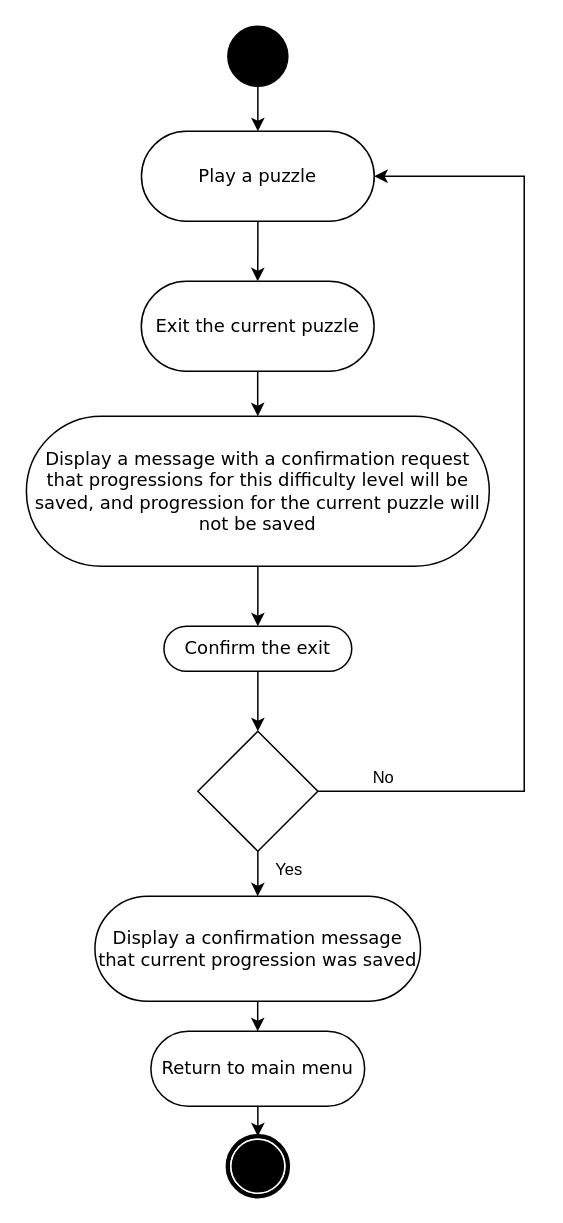
maxinimize/uml keeps this draw.io diagram as exit current puzzle.drawio. Above is the earlier version. Source tidied: cells renumbered, new cells numbered last; positions are measured from the earlier drawing's top-left corner, leaving out a move shared by most shapes. Both pictures are drawn from the tidied source at 150%, with x=0, y=0 at pixel (26, 26).
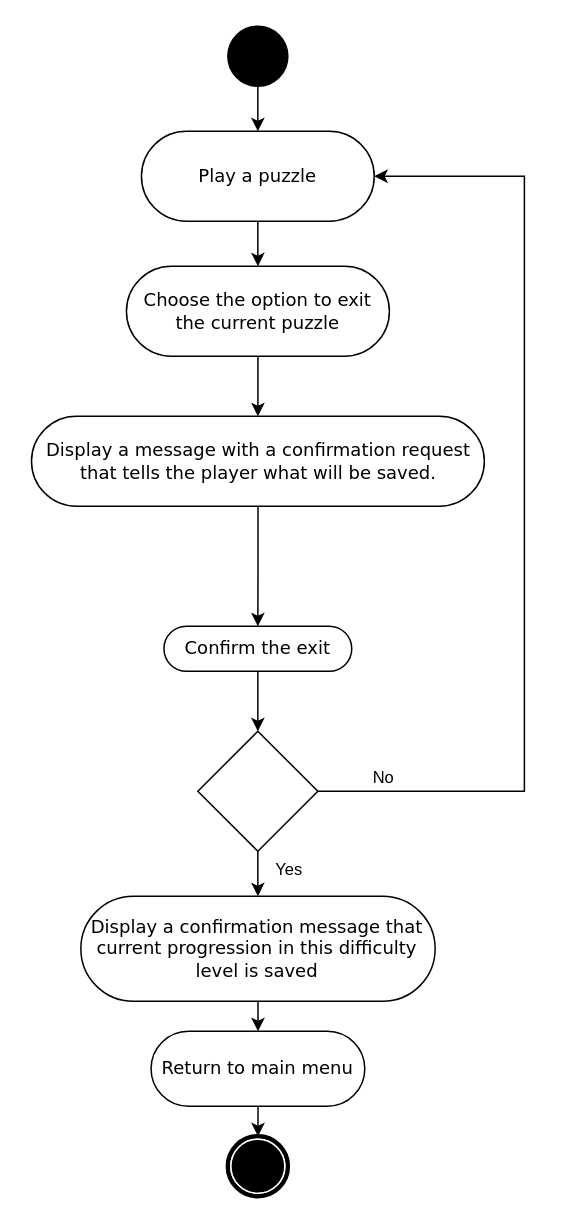
Above is the later version.

The change refers to these unchanged cells:
```xml
<mxCell id="8" value="Play a puzzle" style="rounded=1;whiteSpace=wrap;html=1;shadow=0;comic=0;labelBackgroundColor=none;strokeWidth=1;fontFamily=Verdana;fontSize=12;align=center;arcSize=50;" parent="1" vertex="1">
  <mxGeometry x="76.8" y="70" width="155.2" height="60" as="geometry" />
</mxCell>
<mxCell id="15" style="rhombus;whiteSpace=wrap;html=1;" parent="1" vertex="1">
  <mxGeometry x="114.4" y="470" width="80" height="80" as="geometry" />
</mxCell>
```

Diff of the diagram source:
```diff
@@
-    <mxCell id="3" value="Display a confirmation message that current progression was saved" style="rounded=1;whiteSpace=wrap;html=1;shadow=0;comic=0;labelBackgroundColor=none;strokeWidth=1;fontFamily=Verdana;fontSize=12;align=center;arcSize=50;" parent="1" vertex="1">
-      <mxGeometry x="45.8" y="580" width="217" height="70" as="geometry" />
+    <mxCell id="3" value="Display a confirmation message that current progression in this difficulty level is saved" style="rounded=1;whiteSpace=wrap;html=1;shadow=0;comic=0;labelBackgroundColor=none;strokeWidth=1;fontFamily=Verdana;fontSize=12;align=center;arcSize=50;" parent="1" vertex="1">
+      <mxGeometry x="36.4" y="580" width="236.2" height="70" as="geometry" />
     </mxCell>
@@
-    <mxCell id="10" value="Exit the current puzzle" style="rounded=1;whiteSpace=wrap;html=1;shadow=0;comic=0;labelBackgroundColor=none;strokeWidth=1;fontFamily=Verdana;fontSize=12;align=center;arcSize=50;" parent="1" vertex="1">
-      <mxGeometry x="76.7" y="170" width="155.2" height="60" as="geometry" />
+    <mxCell id="10" value="Choose the option to exit the current puzzle" style="rounded=1;whiteSpace=wrap;html=1;shadow=0;comic=0;labelBackgroundColor=none;strokeWidth=1;fontFamily=Verdana;fontSize=12;align=center;arcSize=50;" parent="1" vertex="1">
+      <mxGeometry x="66.8" y="160" width="175.3" height="60" as="geometry" />
     </mxCell>
@@
     <mxCell id="13" style="edgeStyle=orthogonalEdgeStyle;rounded=0;jettySize=auto;html=1;entryX=1;entryY=0.5;entryDx=0;entryDy=0;" parent="1" edge="1" source="15" target="8">
       <mxGeometry relative="1" as="geometry">
         <Array as="points">
-          <mxPoint x="332" y="510" />
-          <mxPoint x="332" y="100" />
+          <mxPoint x="332.1" y="510" />
+          <mxPoint x="332.1" y="100" />
         </Array>
       </mxGeometry>
     </mxCell>
@@
-    <mxCell id="17" value="Display a message with a confirmation request that progressions for this difficulty level will be saved, and progression for the current puzzle will not be saved" style="rounded=1;whiteSpace=wrap;html=1;shadow=0;comic=0;labelBackgroundColor=none;strokeWidth=1;fontFamily=Verdana;fontSize=12;align=center;arcSize=50;" parent="1" vertex="1">
-      <mxGeometry x="0.1" y="260" width="308.6" height="100" as="geometry" />
+    <mxCell id="17" value="Display a message with a confirmation request that tells the player what will be saved." style="rounded=1;whiteSpace=wrap;html=1;shadow=0;comic=0;labelBackgroundColor=none;strokeWidth=1;fontFamily=Verdana;fontSize=12;align=center;arcSize=50;" parent="1" vertex="1">
+      <mxGeometry x="3.5" y="260" width="301.9" height="60" as="geometry" />
     </mxCell>
@@
     <mxCell id="21" value="Return to main menu" style="rounded=1;whiteSpace=wrap;html=1;shadow=0;comic=0;labelBackgroundColor=none;strokeWidth=1;fontFamily=Verdana;fontSize=12;align=center;arcSize=50;" parent="1" vertex="1">
-      <mxGeometry x="83.1" y="670" width="142.5" height="50" as="geometry" />
+      <mxGeometry x="83.2" y="670" width="142.5" height="50" as="geometry" />
     </mxCell>
```
